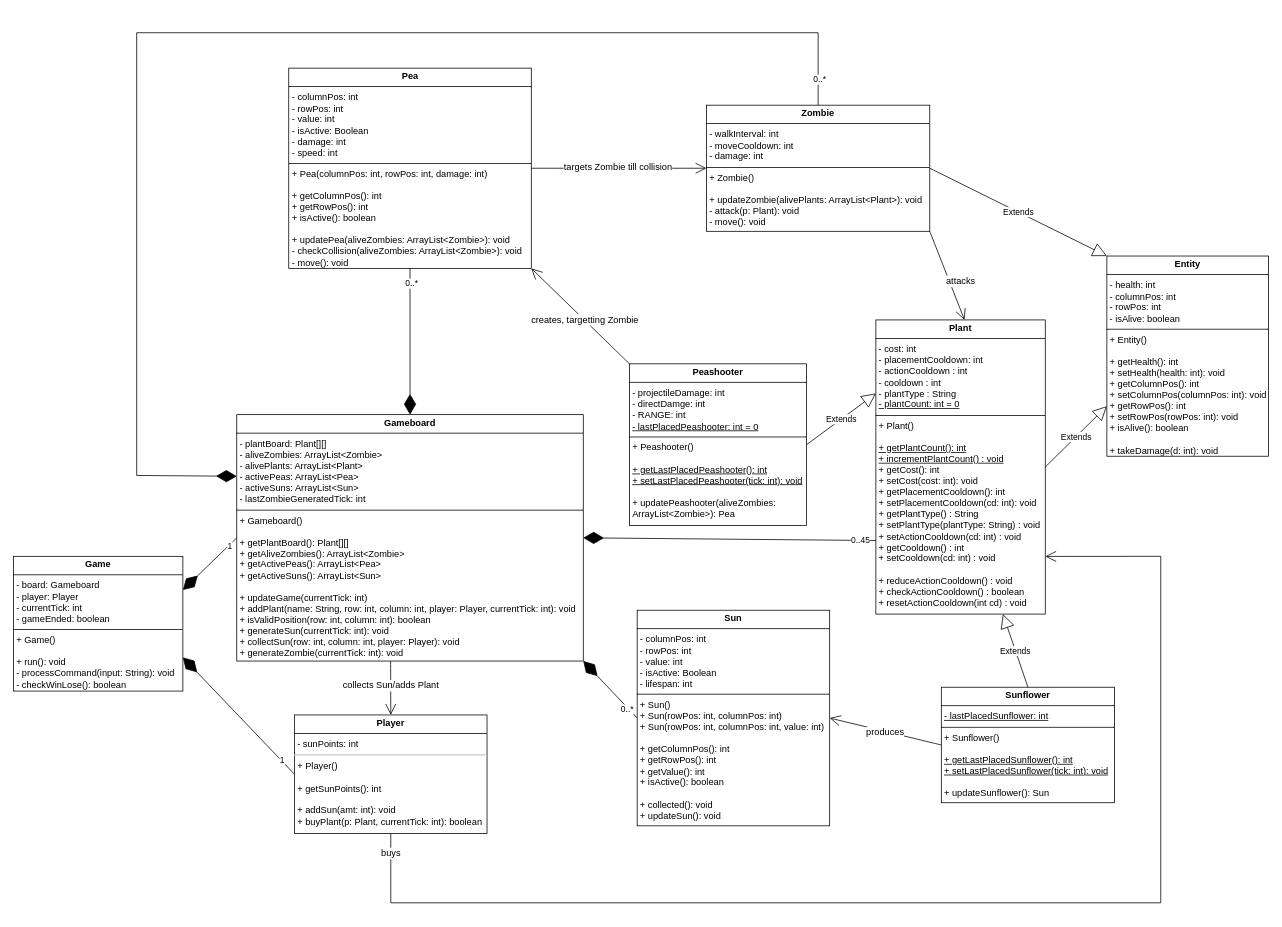
gabespineli/plants-vs-zombies keeps this draw.io diagram as pvz-uml.drawio. Above is the earlier version. Source tidied: cells renumbered, new cells numbered last; positions are measured from the earlier drawing's top-left corner, leaving out a move shared by most shapes. Both pictures are drawn from the tidied source at 77%, with x=0, y=0 at pixel (13, 32).
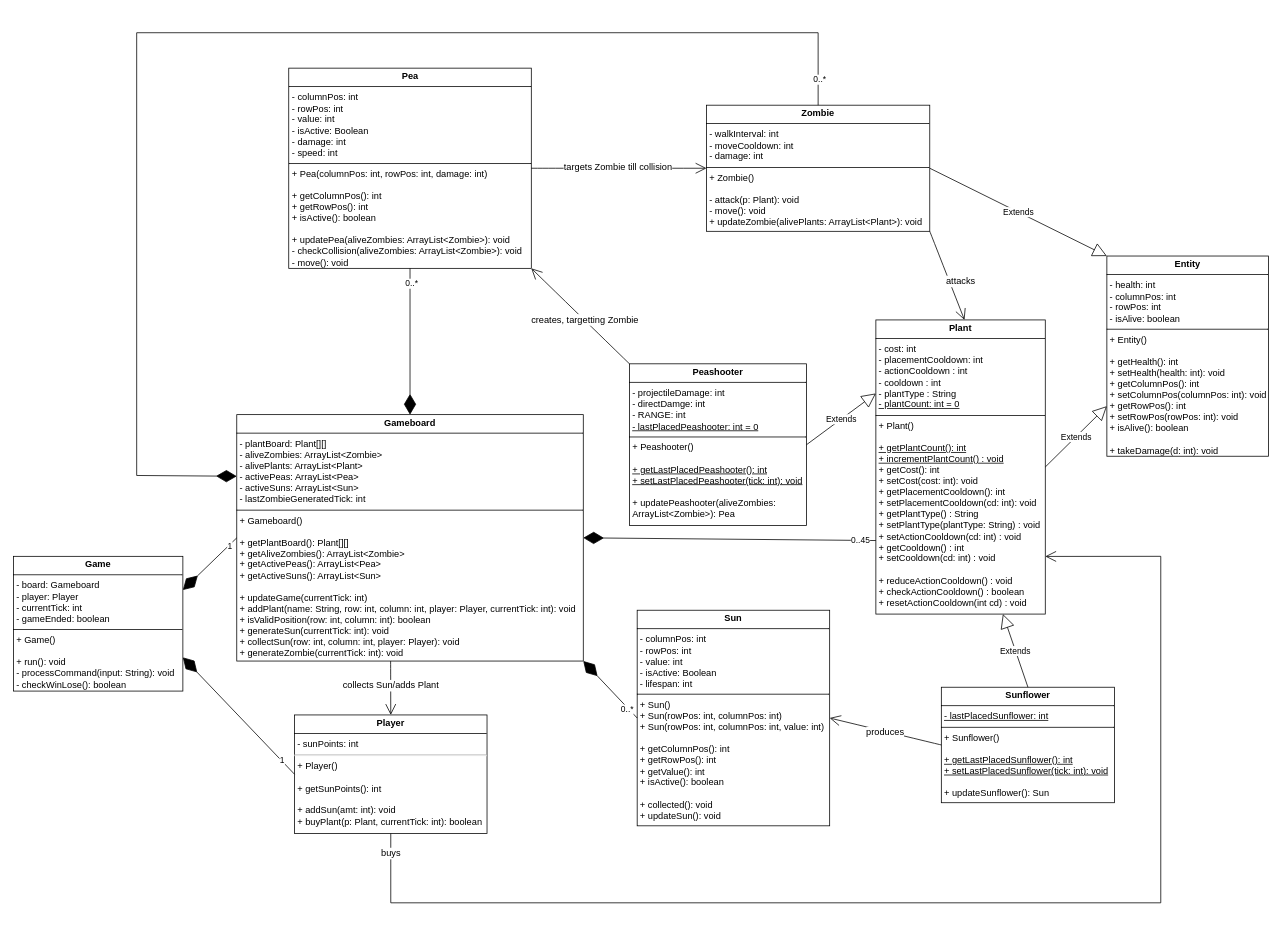
After the change.

The edit, as a diff of the source:
```diff
@@
-    <mxCell id="2" value="&lt;p style=&quot;margin:0px;margin-top:4px;text-align:center;&quot;&gt;&lt;b&gt;Zombie&lt;/b&gt;&lt;/p&gt;&lt;hr size=&quot;1&quot; style=&quot;border-style:solid;&quot;&gt;&lt;p style=&quot;margin:0px;margin-left:4px;&quot;&gt;- walkInterval: int&lt;/p&gt;&lt;p style=&quot;margin:0px;margin-left:4px;&quot;&gt;- moveCooldown: int&lt;/p&gt;&lt;p style=&quot;margin:0px;margin-left:4px;&quot;&gt;- damage: int&lt;/p&gt;&lt;hr size=&quot;1&quot; style=&quot;border-style:solid;&quot;&gt;&lt;p style=&quot;margin:0px;margin-left:4px;&quot;&gt;+ Zombie()&lt;/p&gt;&lt;p style=&quot;margin: 0px 0px 0px 4px;&quot;&gt;&lt;br&gt;&lt;/p&gt;&lt;p style=&quot;margin: 0px 0px 0px 4px;&quot;&gt;+ updateZombie(alivePlants: ArrayList&amp;lt;Plant&amp;gt;): void&lt;/p&gt;&lt;p style=&quot;margin: 0px 0px 0px 4px;&quot;&gt;- attack(p: Plant): void&lt;/p&gt;&lt;p style=&quot;margin: 0px 0px 0px 4px;&quot;&gt;- move(): void&lt;/p&gt;" style="verticalAlign=top;align=left;overflow=fill;html=1;whiteSpace=wrap;" parent="1" vertex="1">
+    <mxCell id="2" value="&lt;p style=&quot;margin:0px;margin-top:4px;text-align:center;&quot;&gt;&lt;b&gt;Zombie&lt;/b&gt;&lt;/p&gt;&lt;hr size=&quot;1&quot; style=&quot;border-style:solid;&quot;&gt;&lt;p style=&quot;margin:0px;margin-left:4px;&quot;&gt;- walkInterval: int&lt;/p&gt;&lt;p style=&quot;margin:0px;margin-left:4px;&quot;&gt;- moveCooldown: int&lt;/p&gt;&lt;p style=&quot;margin:0px;margin-left:4px;&quot;&gt;- damage: int&lt;/p&gt;&lt;hr size=&quot;1&quot; style=&quot;border-style:solid;&quot;&gt;&lt;p style=&quot;margin:0px;margin-left:4px;&quot;&gt;+ Zombie()&lt;/p&gt;&lt;p style=&quot;margin: 0px 0px 0px 4px;&quot;&gt;&lt;br&gt;&lt;/p&gt;&lt;p style=&quot;margin: 0px 0px 0px 4px;&quot;&gt;- attack(p: Plant): void&lt;/p&gt;&lt;p style=&quot;margin: 0px 0px 0px 4px;&quot;&gt;- move(): void&lt;/p&gt;&lt;p style=&quot;margin: 0px 0px 0px 4px;&quot;&gt;+ updateZombie(alivePlants: ArrayList&amp;lt;Plant&amp;gt;): void&lt;/p&gt;" style="verticalAlign=top;align=left;overflow=fill;html=1;whiteSpace=wrap;" parent="1" vertex="1">
       <mxGeometry x="900" y="94.1" width="290" height="163.8" as="geometry" />
     </mxCell>
```
